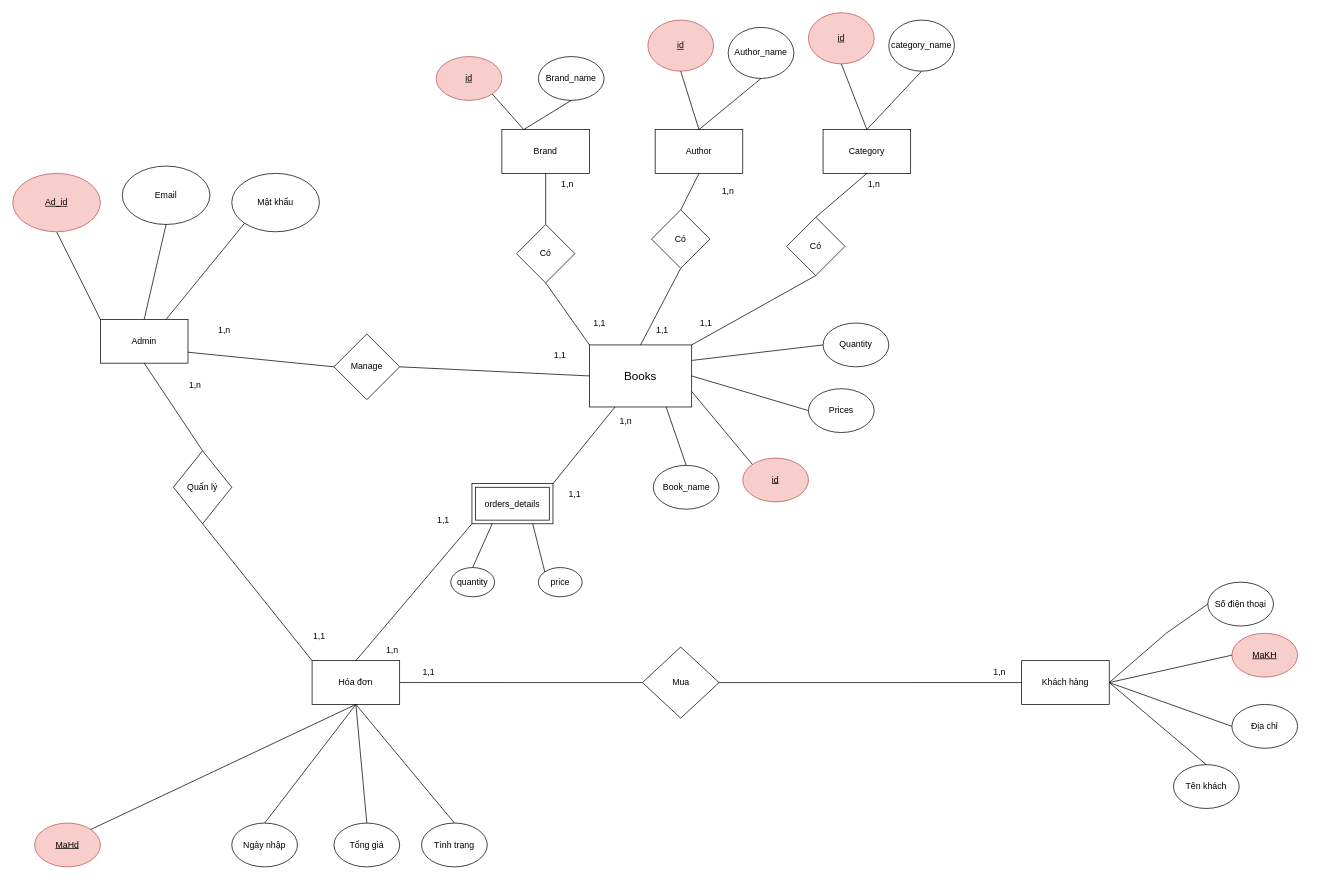
This is Bookprj.drawio from khanh8603/khanh8603, a draw.io file, before an edit. Source tidied: cells renumbered, new cells numbered last; positions are measured from the earlier drawing's top-left corner, leaving out a move shared by most shapes. Both pictures are drawn from the tidied source at 73%, with x=0, y=0 at pixel (12, 12).
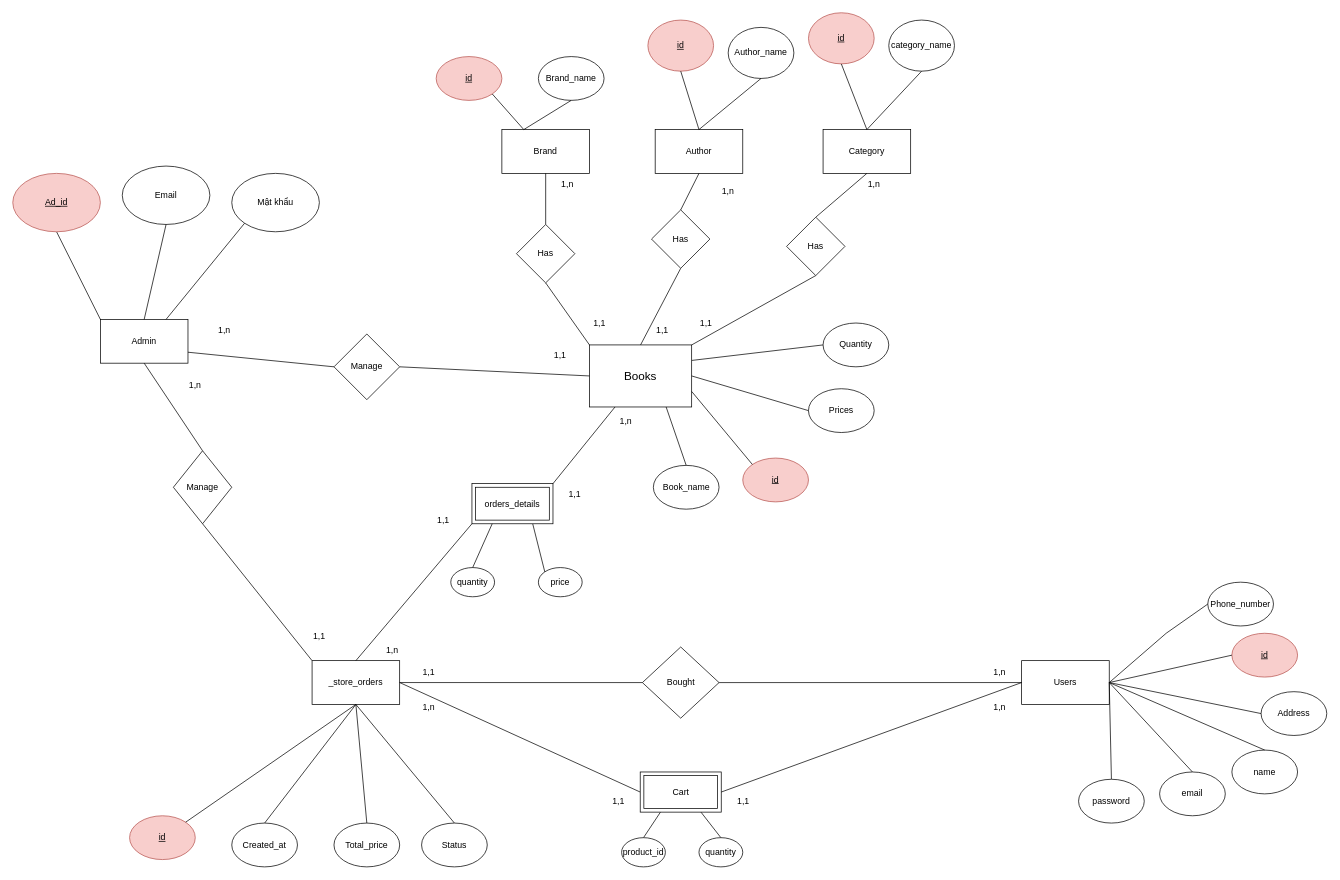
After the change.

Commit message (it also covers changes not shown here):
Cập nhật Bookprj.drawio

The edit, as a diff of the source:
```diff
@@
-    <mxCell id="5" value="Khách hàng" style="rounded=0;whiteSpace=wrap;html=1;" parent="1" vertex="1">
+    <mxCell id="5" value="Users" style="rounded=0;whiteSpace=wrap;html=1;" parent="1" vertex="1">
       <mxGeometry x="1382" y="887.5" width="120" height="60" as="geometry" />
     </mxCell>
-    <mxCell id="6" value="Hóa đơn" style="rounded=0;whiteSpace=wrap;html=1;" parent="1" vertex="1">
+    <mxCell id="6" value="_store_orders" style="rounded=0;whiteSpace=wrap;html=1;" parent="1" vertex="1">
       <mxGeometry x="410" y="887.5" width="120" height="60" as="geometry" />
     </mxCell>
@@
-    <mxCell id="13" value="Mua" style="rhombus;whiteSpace=wrap;html=1;" parent="1" vertex="1">
+    <mxCell id="13" value="Bought" style="rhombus;whiteSpace=wrap;html=1;" parent="1" vertex="1">
       <mxGeometry x="862.5" y="868.8" width="105" height="97.5" as="geometry" />
     </mxCell>
@@
-    <mxCell id="16" value="Số điện thoại" style="ellipse;whiteSpace=wrap;html=1;" parent="1" vertex="1">
+    <mxCell id="16" value="Phone_number" style="ellipse;whiteSpace=wrap;html=1;" parent="1" vertex="1">
       <mxGeometry x="1637" y="780" width="90" height="60" as="geometry" />
     </mxCell>
@@
-    <mxCell id="18" value="Tên khách" style="ellipse;whiteSpace=wrap;html=1;" parent="1" vertex="1">
-      <mxGeometry x="1590" y="1030" width="90" height="60" as="geometry" />
+    <mxCell id="18" value="name" style="ellipse;whiteSpace=wrap;html=1;" parent="1" vertex="1">
+      <mxGeometry x="1670" y="1010" width="90" height="60" as="geometry" />
     </mxCell>
@@
-    <mxCell id="20" value="&lt;u&gt;MaKH&lt;/u&gt;" style="ellipse;whiteSpace=wrap;html=1;fillColor=#f8cecc;strokeColor=#b85450;" parent="1" vertex="1">
+    <mxCell id="20" value="&lt;u&gt;id&lt;/u&gt;" style="ellipse;whiteSpace=wrap;html=1;fillColor=#f8cecc;strokeColor=#b85450;" parent="1" vertex="1">
       <mxGeometry x="1670" y="850" width="90" height="60" as="geometry" />
     </mxCell>
@@
-    <mxCell id="22" value="Địa chỉ" style="ellipse;whiteSpace=wrap;html=1;" parent="1" vertex="1">
-      <mxGeometry x="1670" y="947.5" width="90" height="60" as="geometry" />
+    <mxCell id="22" value="Address" style="ellipse;whiteSpace=wrap;html=1;" parent="1" vertex="1">
+      <mxGeometry x="1710" y="930" width="90" height="60" as="geometry" />
     </mxCell>
@@
-    <mxCell id="24" value="Ngày nhập" style="ellipse;whiteSpace=wrap;html=1;" parent="1" vertex="1">
+    <mxCell id="24" value="Created_at" style="ellipse;whiteSpace=wrap;html=1;" parent="1" vertex="1">
       <mxGeometry x="300" y="1110" width="90" height="60" as="geometry" />
     </mxCell>
@@
-    <mxCell id="26" value="&lt;u&gt;MaHd&lt;/u&gt;" style="ellipse;whiteSpace=wrap;html=1;fillColor=#f8cecc;strokeColor=#b85450;" parent="1" vertex="1">
-      <mxGeometry x="30" y="1110" width="90" height="60" as="geometry" />
+    <mxCell id="26" value="&lt;u&gt;id&lt;/u&gt;" style="ellipse;whiteSpace=wrap;html=1;fillColor=#f8cecc;strokeColor=#b85450;" parent="1" vertex="1">
+      <mxGeometry x="160" y="1100" width="90" height="60" as="geometry" />
     </mxCell>
@@
-    <mxCell id="31" value="Có" style="rhombus;whiteSpace=wrap;html=1;" parent="1" vertex="1">
+    <mxCell id="31" value="Has" style="rhombus;whiteSpace=wrap;html=1;" parent="1" vertex="1">
       <mxGeometry x="690" y="290" width="80" height="80" as="geometry" />
     </mxCell>
@@
-    <mxCell id="56" value="Quẩn lý" style="rhombus;whiteSpace=wrap;html=1;" parent="1" vertex="1">
+    <mxCell id="56" value="Manage" style="rhombus;whiteSpace=wrap;html=1;" parent="1" vertex="1">
       <mxGeometry x="220" y="600" width="80" height="100" as="geometry" />
     </mxCell>
@@
-    <mxCell id="68" value="Có" style="rhombus;whiteSpace=wrap;html=1;" parent="1" vertex="1">
+    <mxCell id="68" value="Has" style="rhombus;whiteSpace=wrap;html=1;" parent="1" vertex="1">
       <mxGeometry x="875" y="270" width="80" height="80" as="geometry" />
     </mxCell>
@@
-    <mxCell id="77" value="Tổng giá" style="ellipse;whiteSpace=wrap;html=1;" parent="1" vertex="1">
+    <mxCell id="77" value="Total_price" style="ellipse;whiteSpace=wrap;html=1;" parent="1" vertex="1">
       <mxGeometry x="440" y="1110" width="90" height="60" as="geometry" />
     </mxCell>
@@
-    <mxCell id="79" value="Tình trạng" style="ellipse;whiteSpace=wrap;html=1;" parent="1" vertex="1">
+    <mxCell id="79" value="Status" style="ellipse;whiteSpace=wrap;html=1;" parent="1" vertex="1">
       <mxGeometry x="560" y="1110" width="90" height="60" as="geometry" />
     </mxCell>
@@
-    <mxCell id="85" value="Có" style="rhombus;whiteSpace=wrap;html=1;" parent="1" vertex="1">
+    <mxCell id="85" value="Has" style="rhombus;whiteSpace=wrap;html=1;" parent="1" vertex="1">
       <mxGeometry x="1060" y="280" width="80" height="80" as="geometry" />
     </mxCell>
@@
+    <mxCell id="92" style="endArrow=none;html=1;rounded=0;entryX=1;entryY=0.5;entryDx=0;entryDy=0;exitX=0.5;exitY=0;exitDx=0;exitDy=0;" parent="1" edge="1" source="93" target="5">
+      <mxGeometry relative="1" as="geometry" />
+    </mxCell>
+    <mxCell id="93" value="email" style="ellipse;whiteSpace=wrap;html=1;" parent="1" vertex="1">
+      <mxGeometry x="1571" y="1040" width="90" height="60" as="geometry" />
+    </mxCell>
+    <mxCell id="94" style="endArrow=none;html=1;rounded=0;entryX=1;entryY=0.5;entryDx=0;entryDy=0;exitX=0.5;exitY=0;exitDx=0;exitDy=0;" parent="1" edge="1" source="95" target="5">
+      <mxGeometry relative="1" as="geometry" />
+    </mxCell>
+    <mxCell id="95" value="password" style="ellipse;whiteSpace=wrap;html=1;" parent="1" vertex="1">
+      <mxGeometry x="1460" y="1050" width="90" height="60" as="geometry" />
+    </mxCell>
+    <mxCell id="96" style="endArrow=none;html=1;rounded=0;exitX=1;exitY=0.5;exitDx=0;exitDy=0;entryX=0;entryY=0.5;entryDx=0;entryDy=0;" parent="1" edge="1" source="6" target="99">
+      <mxGeometry relative="1" as="geometry" />
+    </mxCell>
+    <mxCell id="97" style="rounded=0;jettySize=auto;html=1;exitX=0.25;exitY=1;exitDx=0;exitDy=0;entryX=0.5;entryY=0;entryDx=0;entryDy=0;endArrow=none;endFill=0;" parent="1" edge="1" source="99" target="101">
+      <mxGeometry relative="1" as="geometry" />
+    </mxCell>
+    <mxCell id="98" style="rounded=0;jettySize=auto;html=1;exitX=0.75;exitY=1;exitDx=0;exitDy=0;entryX=0.5;entryY=0;entryDx=0;entryDy=0;endArrow=none;endFill=0;" parent="1" edge="1" source="99" target="102">
+      <mxGeometry relative="1" as="geometry" />
+    </mxCell>
+    <mxCell id="99" value="Cart" style="shape=ext;margin=3;double=1;whiteSpace=wrap;html=1;align=center;arcSize=20;fillOpacity=100;direction=east;rotation=0;" parent="1" vertex="1">
+      <mxGeometry x="859.5" y="1040" width="111" height="55" as="geometry" />
+    </mxCell>
+    <mxCell id="100" style="endArrow=none;html=1;rounded=0;exitX=0;exitY=0.5;exitDx=0;exitDy=0;entryX=1;entryY=0.5;entryDx=0;entryDy=0;" parent="1" edge="1" source="5" target="99">
+      <mxGeometry relative="1" as="geometry" />
+    </mxCell>
+    <mxCell id="101" value="product_id" style="ellipse;whiteSpace=wrap;html=1;" parent="1" vertex="1">
+      <mxGeometry x="834" y="1130" width="60" height="40" as="geometry" />
+    </mxCell>
+    <mxCell id="102" value="quantity" style="ellipse;whiteSpace=wrap;html=1;" parent="1" vertex="1">
+      <mxGeometry x="940" y="1130" width="60" height="40" as="geometry" />
+    </mxCell>
+    <mxCell id="103" value="1,1" style="text;html=1;strokeColor=none;fillColor=none;align=center;verticalAlign=middle;whiteSpace=wrap;rounded=0;" parent="1" vertex="1">
+      <mxGeometry x="799.5" y="1065" width="60" height="30" as="geometry" />
+    </mxCell>
+    <mxCell id="104" value="1,1" style="text;html=1;strokeColor=none;fillColor=none;align=center;verticalAlign=middle;whiteSpace=wrap;rounded=0;" parent="1" vertex="1">
+      <mxGeometry x="970.5" y="1065" width="60" height="30" as="geometry" />
+    </mxCell>
+    <mxCell id="105" value="1,n" style="text;html=1;strokeColor=none;fillColor=none;align=center;verticalAlign=middle;whiteSpace=wrap;rounded=0;" parent="1" vertex="1">
+      <mxGeometry x="1322" y="936.2" width="60" height="30" as="geometry" />
+    </mxCell>
+    <mxCell id="106" value="1,n" style="text;html=1;strokeColor=none;fillColor=none;align=center;verticalAlign=middle;whiteSpace=wrap;rounded=0;" parent="1" vertex="1">
+      <mxGeometry x="540" y="936.2" width="60" height="30" as="geometry" />
+    </mxCell>
```
